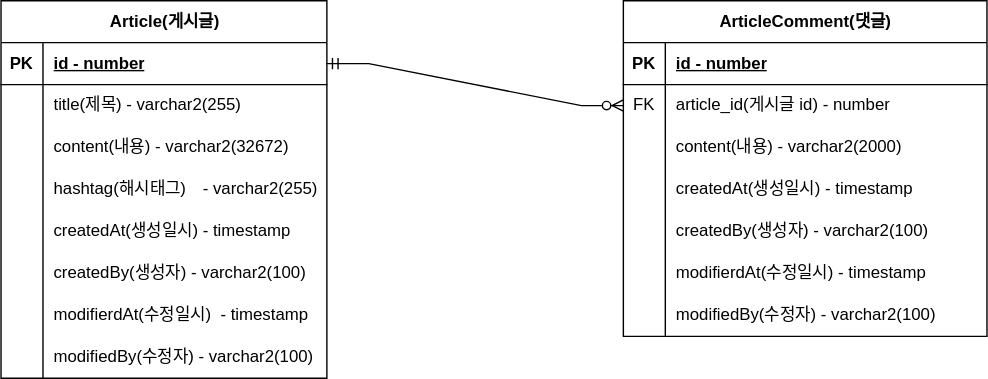
Before: document/project-board-erd.svg, a diagram exported from draw.io (rndjhds/Board_JPA). Source tidied: cells renumbered, new cells last; positions are measured from the earlier drawing's top-left corner, leaving out a move shared by most shapes.
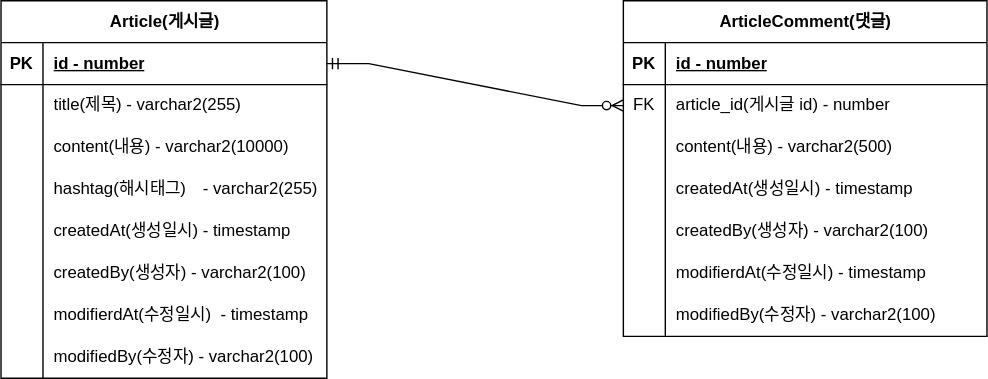
Later version of the same file.

Commit message:
project-board-erd index를 사용하기 위해서 byte의 수 변경.svg 업데이트

Change to the diagram source:
```diff
@@ -29,7 +29,7 @@
     <mxCell id="10" style="shape=partialRectangle;fillColor=none;top=0;left=0;bottom=0;right=0;overflow=hidden;whiteSpace=wrap;html=1;" parent="9" vertex="1">
       <mxGeometry width="30" height="30" as="geometry" />
     </mxCell>
-    <mxCell id="11" value="content(내용) - varchar2(32672)" style="shape=partialRectangle;fillColor=none;top=0;left=0;bottom=0;right=0;align=left;spacingLeft=6;overflow=hidden;whiteSpace=wrap;html=1;" parent="9" vertex="1">
+    <mxCell id="11" value="content(내용) - varchar2(10000)" style="shape=partialRectangle;fillColor=none;top=0;left=0;bottom=0;right=0;align=left;spacingLeft=6;overflow=hidden;whiteSpace=wrap;html=1;" parent="9" vertex="1">
       <mxGeometry x="30" width="203" height="30" as="geometry" />
     </mxCell>
     <mxCell id="12" style="shape=tableRow;horizontal=0;startSize=0;swimlaneHead=0;swimlaneBody=0;fillColor=none;top=0;left=0;right=0;bottom=0;" parent="2" vertex="1">
@@ -104,7 +104,7 @@
     <mxCell id="35" style="shape=partialRectangle;fillColor=none;top=0;left=0;bottom=0;right=0;overflow=hidden;whiteSpace=wrap;html=1;" parent="34" vertex="1">
       <mxGeometry width="30" height="30" as="geometry" />
     </mxCell>
-    <mxCell id="36" value="content(내용) - varchar2(2000)" style="shape=partialRectangle;fillColor=none;top=0;left=0;bottom=0;right=0;align=left;spacingLeft=6;overflow=hidden;whiteSpace=wrap;html=1;" parent="34" vertex="1">
+    <mxCell id="36" value="content(내용) - varchar2(500)" style="shape=partialRectangle;fillColor=none;top=0;left=0;bottom=0;right=0;align=left;spacingLeft=6;overflow=hidden;whiteSpace=wrap;html=1;" parent="34" vertex="1">
       <mxGeometry x="30" width="230" height="30" as="geometry" />
     </mxCell>
     <mxCell id="37" style="shape=tableRow;horizontal=0;startSize=0;swimlaneHead=0;swimlaneBody=0;fillColor=none;top=0;left=0;right=0;bottom=0;" parent="27" vertex="1">
```
